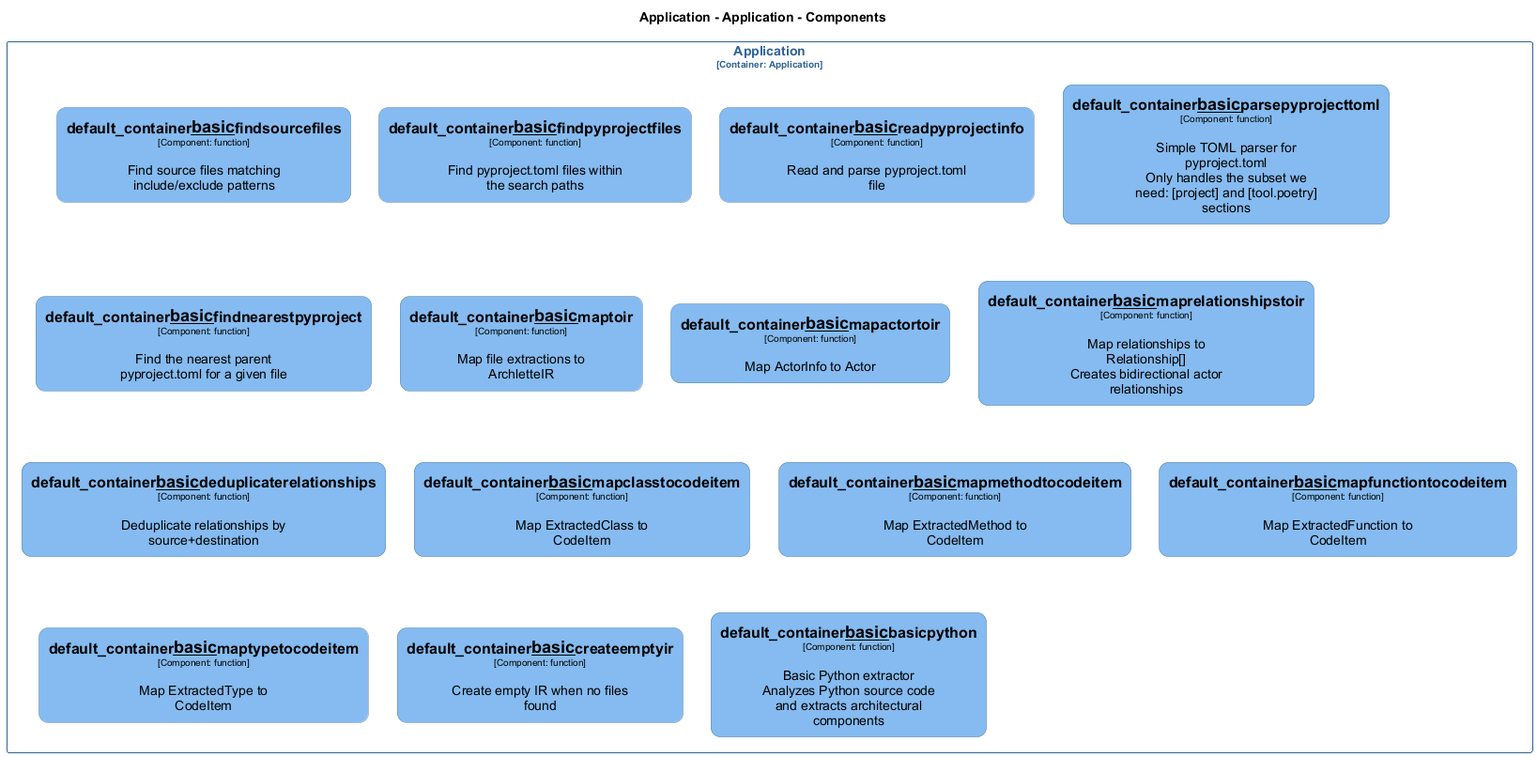
Earlier version of the PlantUML export docs/architecture/diagrams/structurizr-Classes_default_container__basic.png (chrislyons-dev/archlette).
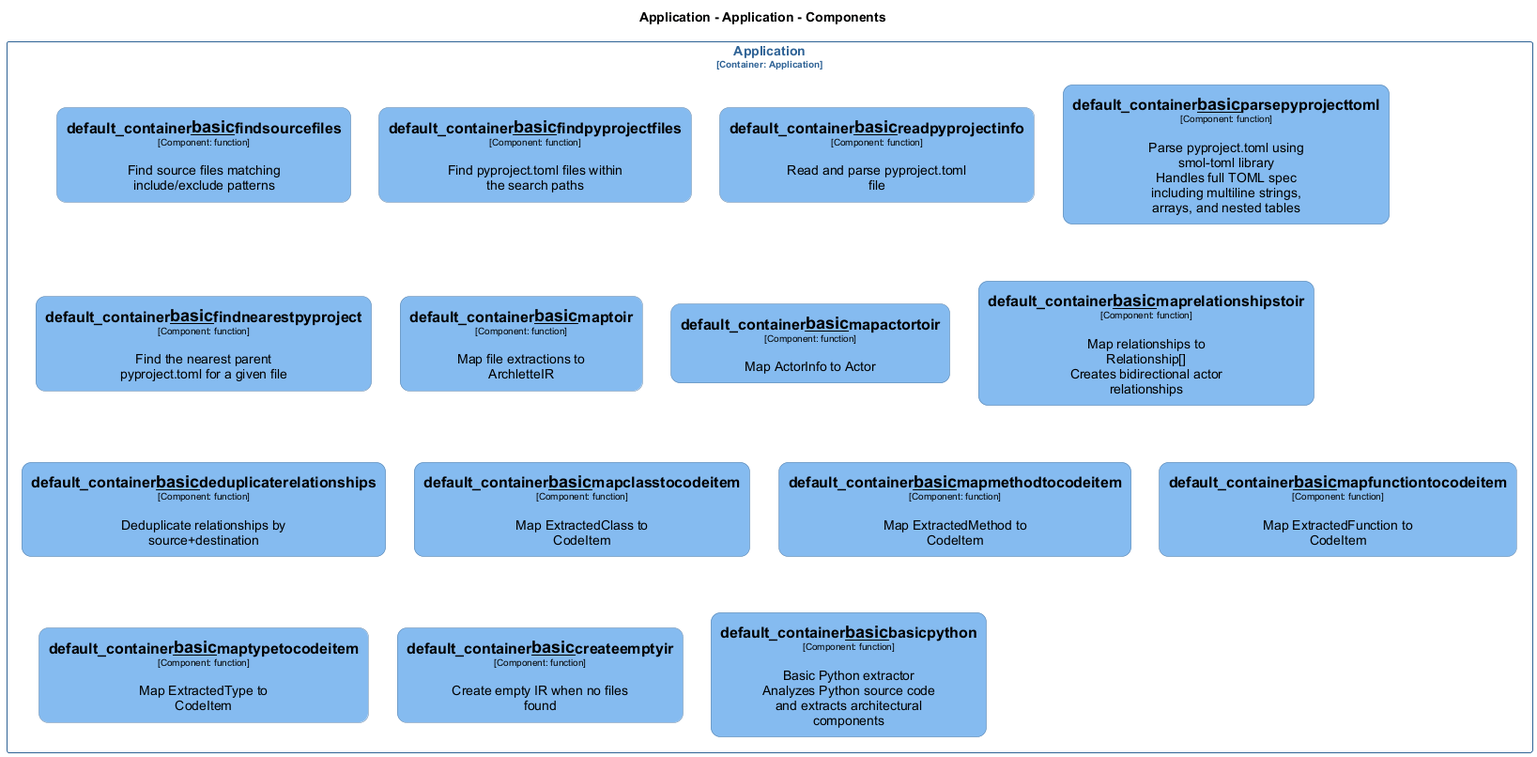
The same file after the commit.

The edit, as a diff of the source:
```diff
@@ -131,7 +131,7 @@
   rectangle "==default_container__basic__findsourcefiles\n<size:10>[Component: function]</size>\n\nFind source files matching include/exclude patterns" <<Application.Application.default_container__basic__findsourcefiles>> as Application.Application.default_container__basic__findsourcefiles
   rectangle "==default_container__basic__findpyprojectfiles\n<size:10>[Component: function]</size>\n\nFind pyproject.toml files within the search paths" <<Application.Application.default_container__basic__findpyprojectfiles>> as Application.Application.default_container__basic__findpyprojectfiles
   rectangle "==default_container__basic__readpyprojectinfo\n<size:10>[Component: function]</size>\n\nRead and parse pyproject.toml file" <<Application.Application.default_container__basic__readpyprojectinfo>> as Application.Application.default_container__basic__readpyprojectinfo
-  rectangle "==default_container__basic__parsepyprojecttoml\n<size:10>[Component: function]</size>\n\nSimple TOML parser for pyproject.toml\nOnly handles the subset we need: [project] and [tool.poetry] sections" <<Application.Application.default_container__basic__parsepyprojecttoml>> as Application.Application.default_container__basic__parsepyprojecttoml
+  rectangle "==default_container__basic__parsepyprojecttoml\n<size:10>[Component: function]</size>\n\nParse pyproject.toml using smol-toml library\nHandles full TOML spec including multiline strings, arrays, and nested tables" <<Application.Application.default_container__basic__parsepyprojecttoml>> as Application.Application.default_container__basic__parsepyprojecttoml
   rectangle "==default_container__basic__findnearestpyproject\n<size:10>[Component: function]</size>\n\nFind the nearest parent pyproject.toml for a given file" <<Application.Application.default_container__basic__findnearestpyproject>> as Application.Application.default_container__basic__findnearestpyproject
   rectangle "==default_container__basic__maptoir\n<size:10>[Component: function]</size>\n\nMap file extractions to ArchletteIR" <<Application.Application.default_container__basic__maptoir>> as Application.Application.default_container__basic__maptoir
   rectangle "==default_container__basic__mapactortoir\n<size:10>[Component: function]</size>\n\nMap ActorInfo to Actor" <<Application.Application.default_container__basic__mapactortoir>> as Application.Application.default_container__basic__mapactortoir
```
